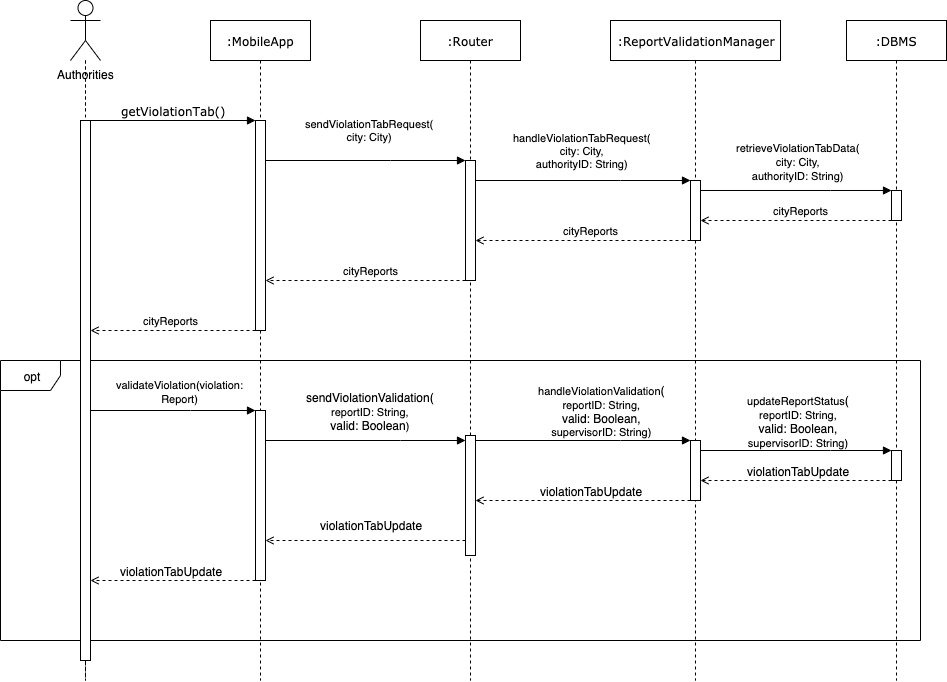
Earlier version of the draw.io export Documentation/DD/Images/SequenceDiagramViolationValidation.png (AndreaFalanti/FalantiHuang-SwEngineering2). Source tidied: cells renumbered, new cells last; positions are measured from the earlier drawing's top-left corner, leaving out a move shared by most shapes.
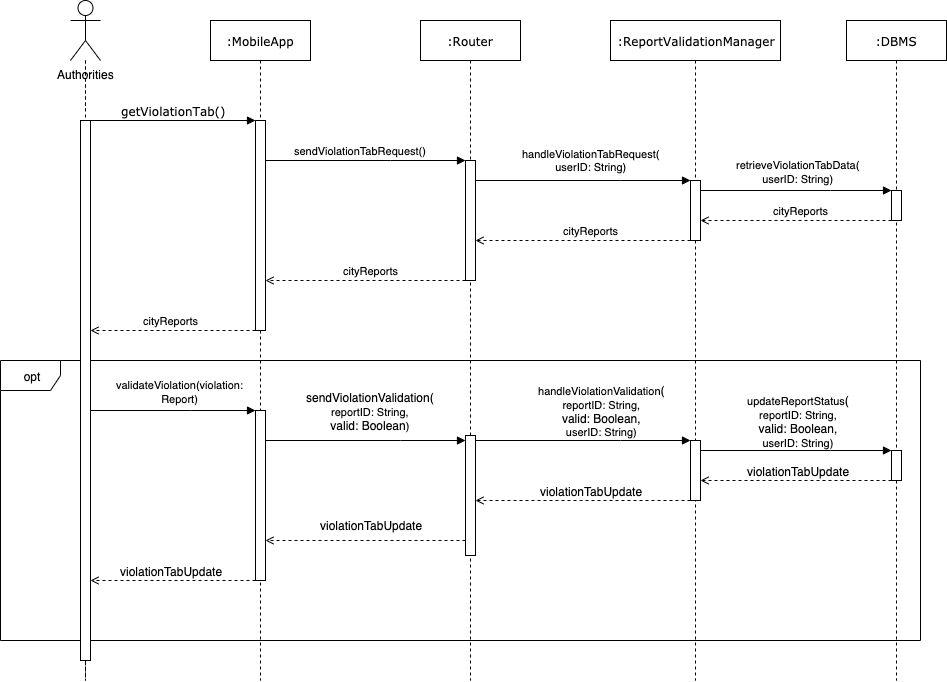
After the change.

What changed in the source:
```diff
@@ -79,7 +79,7 @@
         <mxPoint x="-30.5" y="-77" as="offset" />
       </mxGeometry>
     </mxCell>
-    <mxCell id="22" value="handleViolationValidation&lt;span style=&quot;font-size: 12px&quot;&gt;(&lt;/span&gt;&lt;br style=&quot;font-size: 12px&quot;&gt;reportID:&amp;nbsp;String,&lt;br&gt;&lt;span style=&quot;font-size: 12px&quot;&gt;valid: Boolean,&lt;/span&gt;&lt;br&gt;supervisorID: String)" style="edgeStyle=none;rounded=0;jettySize=auto;html=1;startArrow=none;startFill=0;endArrow=block;endFill=1;" parent="1" edge="1" source="7" target="9">
+    <mxCell id="22" value="handleViolationValidation&lt;span style=&quot;font-size: 12px&quot;&gt;(&lt;/span&gt;&lt;br style=&quot;font-size: 12px&quot;&gt;reportID:&amp;nbsp;String,&lt;br&gt;&lt;span style=&quot;font-size: 12px&quot;&gt;valid: Boolean,&lt;/span&gt;&lt;br&gt;userID: String)" style="edgeStyle=none;rounded=0;jettySize=auto;html=1;startArrow=none;startFill=0;endArrow=block;endFill=1;" parent="1" edge="1" source="7" target="9">
       <mxGeometry x="0.35" y="36" relative="1" as="geometry">
         <Array as="points">
           <mxPoint x="620" y="440" />
@@ -94,7 +94,7 @@
         </Array>
       </mxGeometry>
     </mxCell>
-    <mxCell id="24" value="&lt;span style=&quot;font-size: 11px&quot;&gt;updateReportStatus&lt;/span&gt;(&lt;br&gt;&lt;span style=&quot;font-size: 11px&quot;&gt;reportID:&amp;nbsp;String,&lt;/span&gt;&lt;br style=&quot;font-size: 11px&quot;&gt;valid: Boolean,&lt;br style=&quot;font-size: 11px&quot;&gt;&lt;span style=&quot;font-size: 11px&quot;&gt;supervisorID: String)&lt;/span&gt;" style="text;html=1;align=center;verticalAlign=middle;labelBackgroundColor=#ffffff;" parent="23" vertex="1">
+    <mxCell id="24" value="&lt;span style=&quot;font-size: 11px&quot;&gt;updateReportStatus&lt;/span&gt;(&lt;br&gt;&lt;span style=&quot;font-size: 11px&quot;&gt;reportID:&amp;nbsp;String,&lt;/span&gt;&lt;br style=&quot;font-size: 11px&quot;&gt;valid: Boolean,&lt;br style=&quot;font-size: 11px&quot;&gt;&lt;span style=&quot;font-size: 11px&quot;&gt;userID: String)&lt;/span&gt;" style="text;html=1;align=center;verticalAlign=middle;labelBackgroundColor=#ffffff;" parent="23" vertex="1">
       <mxGeometry x="0.39" y="-40" relative="1" as="geometry">
         <mxPoint x="-36" y="-70" as="offset" />
       </mxGeometry>
@@ -134,12 +134,12 @@
     <mxCell id="31" style="html=1;points=[];perimeter=orthogonalPerimeter;rounded=0;shadow=0;comic=0;labelBackgroundColor=none;strokeWidth=1;fontFamily=Verdana;fontSize=12;align=center;" parent="1" vertex="1">
       <mxGeometry x="891" y="190" width="10" height="30" as="geometry" />
     </mxCell>
-    <mxCell id="32" value="handleViolationTabRequest(&lt;br&gt;city: City,&lt;br&gt;authorityID: String)" style="edgeStyle=none;rounded=0;jettySize=auto;html=1;startArrow=none;startFill=0;endArrow=block;endFill=1;" parent="1" edge="1" source="28" target="30">
-      <mxGeometry x="0.35" y="50" relative="1" as="geometry">
+    <mxCell id="32" value="handleViolationTabRequest(&lt;br&gt;userID: String)" style="edgeStyle=none;rounded=0;jettySize=auto;html=1;startArrow=none;startFill=0;endArrow=block;endFill=1;" parent="1" edge="1" source="28" target="30">
+      <mxGeometry x="0.35" y="36" relative="1" as="geometry">
         <Array as="points">
           <mxPoint x="620" y="180" />
         </Array>
-        <mxPoint x="-39" y="20" as="offset" />
+        <mxPoint x="-30" y="16" as="offset" />
       </mxGeometry>
     </mxCell>
     <mxCell id="33" style="edgeStyle=none;rounded=0;jettySize=auto;html=1;startArrow=none;startFill=0;endArrow=block;endFill=1;" parent="1" edge="1" source="30" target="31">
@@ -149,9 +149,9 @@
         </Array>
       </mxGeometry>
     </mxCell>
-    <mxCell id="34" value="&lt;span style=&quot;font-size: 11px&quot;&gt;retrieveViolationTabData(&lt;br&gt;city: City,&lt;br&gt;authorityID: String)&lt;/span&gt;" style="text;html=1;align=center;verticalAlign=middle;labelBackgroundColor=#ffffff;" parent="33" vertex="1">
+    <mxCell id="34" value="&lt;span style=&quot;font-size: 11px&quot;&gt;retrieveViolationTabData(&lt;br&gt;userID: String)&lt;/span&gt;" style="text;html=1;align=center;verticalAlign=middle;labelBackgroundColor=#ffffff;" parent="33" vertex="1">
       <mxGeometry x="0.39" y="-40" relative="1" as="geometry">
-        <mxPoint x="-36" y="-70" as="offset" />
+        <mxPoint x="-36" y="-60" as="offset" />
       </mxGeometry>
     </mxCell>
     <mxCell id="35" value="cityReports" style="edgeStyle=none;rounded=0;jettySize=auto;html=1;startArrow=none;startFill=0;endArrow=open;endFill=0;dashed=1;" parent="1" edge="1" source="31" target="30">
@@ -161,12 +161,12 @@
         </Array>
       </mxGeometry>
     </mxCell>
-    <mxCell id="36" value="sendViolationTabRequest(&lt;br&gt;city: City)" style="rounded=0;jettySize=auto;html=1;endArrow=block;endFill=1;" parent="1" edge="1" source="4" target="28">
-      <mxGeometry x="0.25" y="36" relative="1" as="geometry">
+    <mxCell id="36" value="sendViolationTabRequest()" style="rounded=0;jettySize=auto;html=1;endArrow=block;endFill=1;" parent="1" edge="1" source="4" target="28">
+      <mxGeometry x="0.25" y="32" relative="1" as="geometry">
         <Array as="points">
           <mxPoint x="390" y="160" />
         </Array>
-        <mxPoint x="-21" y="6" as="offset" />
+        <mxPoint x="-30" y="22" as="offset" />
       </mxGeometry>
     </mxCell>
     <mxCell id="37" value="cityReports" style="rounded=0;jettySize=auto;html=1;endArrow=open;endFill=0;dashed=1;" parent="1" edge="1" source="4" target="18">
```
